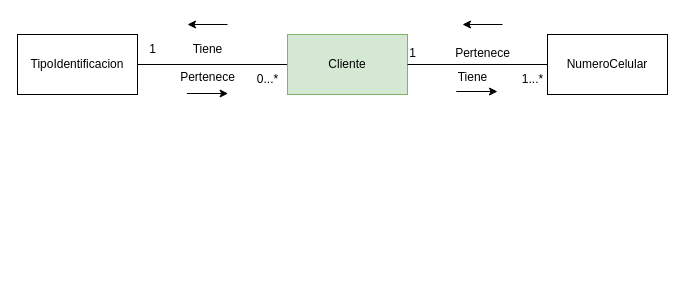
The draw.io diagram page "Contexto Clientes (Modelo dominio Clientes)" (2 of 12) of Restaurante_Disenio.drawio in andrescardo98/doo, before the edit. Source tidied: cells renumbered, new cells numbered last; positions are measured from the earlier drawing's top-left corner, leaving out a move shared by most shapes. Both pictures are drawn from the tidied source at 100%, with x=0, y=0 at pixel (17, 24).
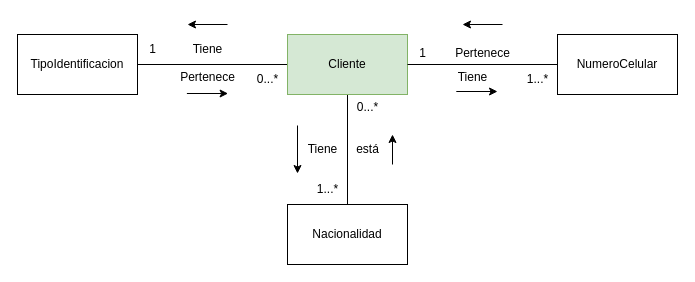
Above is the later version.

Unchanged cells that the change refers to:
```xml
<mxCell id="3" value="Cliente" style="rounded=0;whiteSpace=wrap;html=1;fillColor=#d5e8d4;strokeColor=#82b366;" parent="1" vertex="1">
  <mxGeometry x="270" y="10" width="120" height="60" as="geometry" />
</mxCell>
```

The edit, as a diff of the source:
```diff
@@
+    <mxCell id="19" style="edgeStyle=orthogonalEdgeStyle;rounded=0;jettySize=auto;html=1;exitX=0.5;exitY=1;exitDx=0;exitDy=0;entryX=0.5;entryY=0;entryDx=0;entryDy=0;endArrow=none;endFill=0;" parent="1" edge="1" source="3" target="20">
+      <mxGeometry relative="1" as="geometry" />
+    </mxCell>
@@
     <mxCell id="8" value="NumeroCelular" style="rounded=0;whiteSpace=wrap;html=1;" parent="1" vertex="1">
-      <mxGeometry x="530" y="10" width="120" height="60" as="geometry" />
+      <mxGeometry x="540" y="10" width="120" height="60" as="geometry" />
     </mxCell>
@@
     <mxCell id="11" value="1...*" style="text;html=1;align=center;verticalAlign=middle;strokeColor=none;fillColor=none;" parent="1" vertex="1">
-      <mxGeometry x="495" y="40" width="40" height="30" as="geometry" />
+      <mxGeometry x="500" y="40" width="40" height="30" as="geometry" />
     </mxCell>
@@
     <mxCell id="14" value="1" style="text;html=1;align=center;verticalAlign=middle;strokeColor=none;fillColor=none;" parent="1" vertex="1">
-      <mxGeometry x="380" y="14" width="30" height="30" as="geometry" />
+      <mxGeometry x="390" y="14" width="30" height="30" as="geometry" />
     </mxCell>
@@
+    <mxCell id="20" value="Nacionalidad" style="rounded=0;whiteSpace=wrap;html=1;" parent="1" vertex="1">
+      <mxGeometry x="270" y="180" width="120" height="60" as="geometry" />
+    </mxCell>
+    <mxCell id="21" value="Tiene" style="text;html=1;align=center;verticalAlign=middle;strokeColor=none;fillColor=none;" parent="1" vertex="1">
+      <mxGeometry x="280" y="110" width="50" height="30" as="geometry" />
+    </mxCell>
+    <mxCell id="22" style="endArrow=classic;html=1;rounded=0;" parent="1" edge="1">
+      <mxGeometry relative="1" as="geometry">
+        <mxPoint x="280" y="101" as="sourcePoint" />
+        <mxPoint x="280" y="149" as="targetPoint" />
+      </mxGeometry>
+    </mxCell>
+    <mxCell id="23" value="1...*" style="text;html=1;align=center;verticalAlign=middle;strokeColor=none;fillColor=none;" parent="1" vertex="1">
+      <mxGeometry x="290" y="150" width="40" height="30" as="geometry" />
+    </mxCell>
+    <mxCell id="24" value="0...*" style="text;html=1;align=center;verticalAlign=middle;strokeColor=none;fillColor=none;" parent="1" vertex="1">
+      <mxGeometry x="330" y="68" width="40" height="30" as="geometry" />
+    </mxCell>
+    <mxCell id="25" value="está" style="text;html=1;align=center;verticalAlign=middle;strokeColor=none;fillColor=none;" parent="1" vertex="1">
+      <mxGeometry x="325" y="110" width="50" height="30" as="geometry" />
+    </mxCell>
+    <mxCell id="26" style="endArrow=classic;html=1;rounded=0;" parent="1" edge="1">
+      <mxGeometry relative="1" as="geometry">
+        <mxPoint x="375" y="140" as="sourcePoint" />
+        <mxPoint x="375" y="110" as="targetPoint" />
+      </mxGeometry>
+    </mxCell>
```
